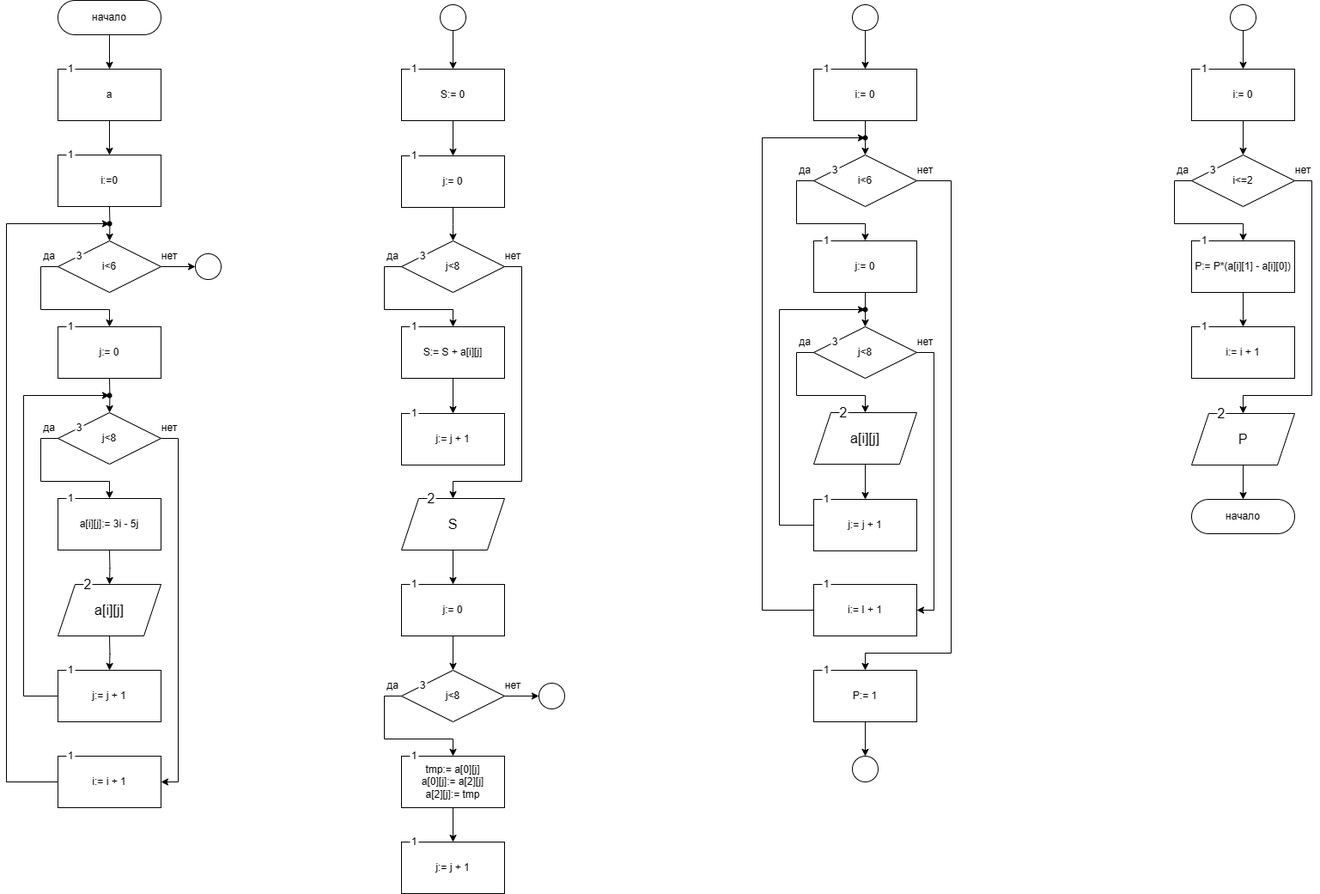
This is l2t2.png from H33MP/rsue, a draw.io export, as it was before one commit. Source tidied: cells renumbered, new cells last; positions are measured from the earlier drawing's top-left corner, leaving out a move shared by most shapes.
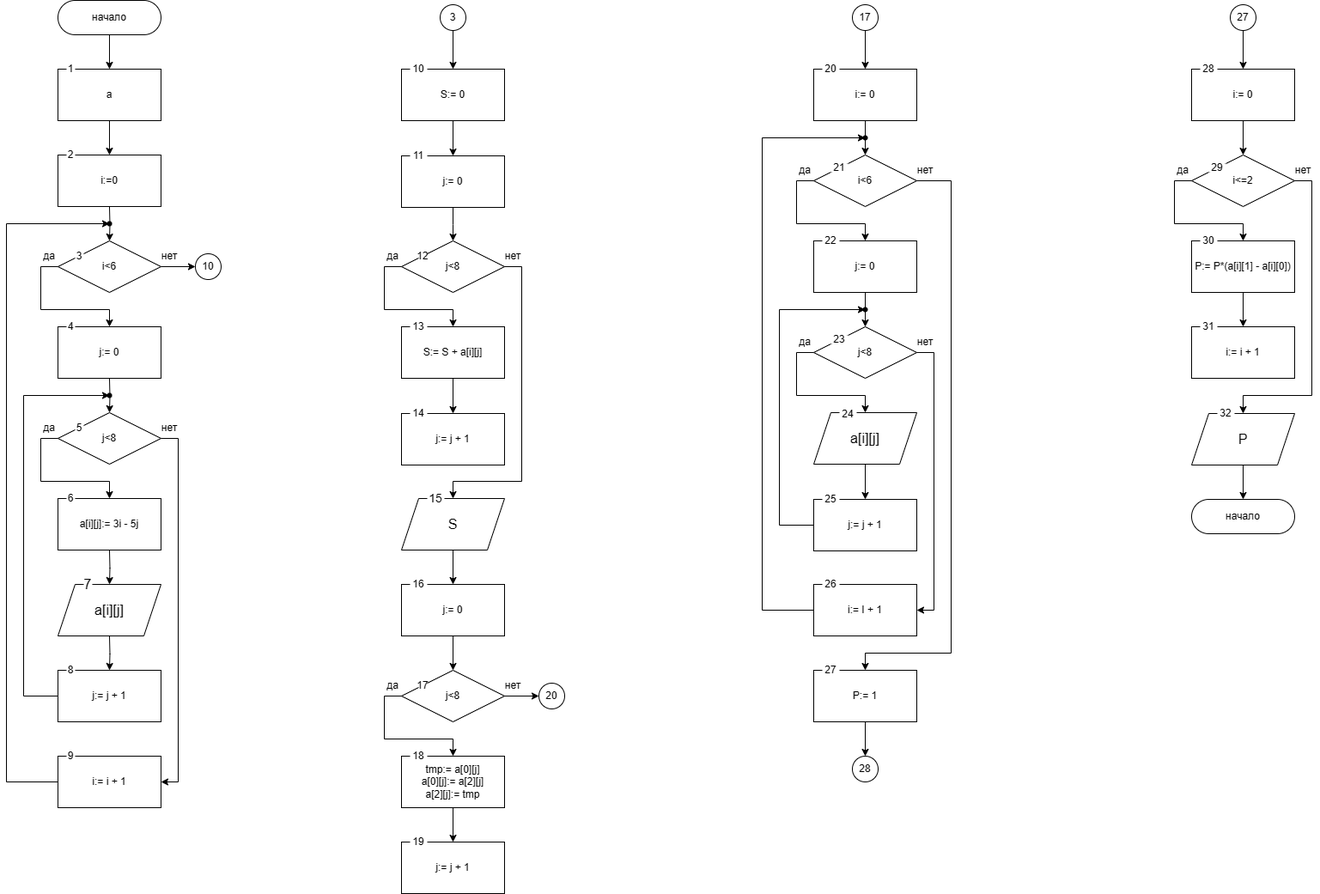
Later version of the same file.

Diff of the diagram source:
```diff
@@ -58,3 +58,3 @@
     </mxCell>
-    <mxCell id="16" value="3" style="text;html=1;strokeColor=none;fillColor=default;align=center;verticalAlign=middle;whiteSpace=wrap;rounded=0;" parent="12" vertex="1">
+    <mxCell id="16" value="5" style="text;html=1;strokeColor=none;fillColor=default;align=center;verticalAlign=middle;whiteSpace=wrap;rounded=0;" parent="12" vertex="1">
       <mxGeometry x="40" y="13" width="10" height="10" as="geometry" />
@@ -116,3 +116,3 @@
     </mxCell>
-    <mxCell id="25" style="ellipse;whiteSpace=wrap;html=1;" parent="1" vertex="1">
+    <mxCell id="25" value="10" style="ellipse;whiteSpace=wrap;html=1;" parent="1" vertex="1">
       <mxGeometry x="220" y="295" width="30" height="30" as="geometry" />
@@ -137,3 +137,3 @@
     </mxCell>
-    <mxCell id="32" value="1" style="text;html=1;strokeColor=none;fillColor=default;align=center;verticalAlign=middle;whiteSpace=wrap;rounded=0;" parent="30" vertex="1">
+    <mxCell id="32" value="2" style="text;html=1;strokeColor=none;fillColor=default;align=center;verticalAlign=middle;whiteSpace=wrap;rounded=0;" parent="30" vertex="1">
       <mxGeometry x="10" width="10" height="10" as="geometry" />
@@ -149,3 +149,3 @@
     </mxCell>
-    <mxCell id="36" value="1" style="text;html=1;strokeColor=none;fillColor=default;align=center;verticalAlign=middle;whiteSpace=wrap;rounded=0;" parent="34" vertex="1">
+    <mxCell id="36" value="4" style="text;html=1;strokeColor=none;fillColor=default;align=center;verticalAlign=middle;whiteSpace=wrap;rounded=0;" parent="34" vertex="1">
       <mxGeometry x="10" width="10" height="10" as="geometry" />
@@ -158,3 +158,3 @@
     </mxCell>
-    <mxCell id="39" value="1" style="text;html=1;strokeColor=none;fillColor=default;align=center;verticalAlign=middle;whiteSpace=wrap;rounded=0;" parent="37" vertex="1">
+    <mxCell id="39" value="6" style="text;html=1;strokeColor=none;fillColor=default;align=center;verticalAlign=middle;whiteSpace=wrap;rounded=0;" parent="37" vertex="1">
       <mxGeometry x="10" width="10" height="10" as="geometry" />
@@ -167,3 +167,3 @@
     </mxCell>
-    <mxCell id="42" value="2" style="text;html=1;strokeColor=none;fillColor=default;align=center;verticalAlign=middle;whiteSpace=wrap;rounded=0;fontSize=16;" parent="40" vertex="1">
+    <mxCell id="42" value="7" style="text;html=1;strokeColor=none;fillColor=default;align=center;verticalAlign=middle;whiteSpace=wrap;rounded=0;fontSize=16;" parent="40" vertex="1">
       <mxGeometry x="30" width="10" height="10" as="geometry" />
@@ -176,3 +176,3 @@
     </mxCell>
-    <mxCell id="45" value="1" style="text;html=1;strokeColor=none;fillColor=default;align=center;verticalAlign=middle;whiteSpace=wrap;rounded=0;" parent="43" vertex="1">
+    <mxCell id="45" value="8" style="text;html=1;strokeColor=none;fillColor=default;align=center;verticalAlign=middle;whiteSpace=wrap;rounded=0;" parent="43" vertex="1">
       <mxGeometry x="10" width="10" height="10" as="geometry" />
@@ -185,3 +185,3 @@
     </mxCell>
-    <mxCell id="48" value="1" style="text;html=1;strokeColor=none;fillColor=default;align=center;verticalAlign=middle;whiteSpace=wrap;rounded=0;" parent="46" vertex="1">
+    <mxCell id="48" value="9" style="text;html=1;strokeColor=none;fillColor=default;align=center;verticalAlign=middle;whiteSpace=wrap;rounded=0;" parent="46" vertex="1">
       <mxGeometry x="10" width="10" height="10" as="geometry" />
@@ -191,3 +191,3 @@
     </mxCell>
-    <mxCell id="50" style="ellipse;whiteSpace=wrap;html=1;" parent="1" vertex="1">
+    <mxCell id="50" value="3" style="ellipse;whiteSpace=wrap;html=1;" parent="1" vertex="1">
       <mxGeometry x="505" y="5" width="30" height="30" as="geometry" />
@@ -200,4 +200,4 @@
     </mxCell>
-    <mxCell id="53" value="1" style="text;html=1;strokeColor=none;fillColor=default;align=center;verticalAlign=middle;whiteSpace=wrap;rounded=0;" parent="51" vertex="1">
-      <mxGeometry x="10" width="10" height="10" as="geometry" />
+    <mxCell id="53" value="10" style="text;html=1;strokeColor=none;fillColor=default;align=center;verticalAlign=middle;whiteSpace=wrap;rounded=0;" parent="51" vertex="1">
+      <mxGeometry x="10" width="20" height="10" as="geometry" />
     </mxCell>
@@ -209,4 +209,4 @@
     </mxCell>
-    <mxCell id="56" value="1" style="text;html=1;strokeColor=none;fillColor=default;align=center;verticalAlign=middle;whiteSpace=wrap;rounded=0;" parent="54" vertex="1">
-      <mxGeometry x="10" width="10" height="10" as="geometry" />
+    <mxCell id="56" value="11" style="text;html=1;strokeColor=none;fillColor=default;align=center;verticalAlign=middle;whiteSpace=wrap;rounded=0;" parent="54" vertex="1">
+      <mxGeometry x="10" width="20" height="10" as="geometry" />
     </mxCell>
@@ -227,3 +227,3 @@
     </mxCell>
-    <mxCell id="62" value="3" style="text;html=1;strokeColor=none;fillColor=default;align=center;verticalAlign=middle;whiteSpace=wrap;rounded=0;" parent="58" vertex="1">
+    <mxCell id="62" value="12" style="text;html=1;strokeColor=none;fillColor=default;align=center;verticalAlign=middle;whiteSpace=wrap;rounded=0;" parent="58" vertex="1">
       <mxGeometry x="40" y="13" width="10" height="10" as="geometry" />
@@ -236,4 +236,4 @@
     </mxCell>
-    <mxCell id="65" value="1" style="text;html=1;strokeColor=none;fillColor=default;align=center;verticalAlign=middle;whiteSpace=wrap;rounded=0;" parent="63" vertex="1">
-      <mxGeometry x="10" width="10" height="10" as="geometry" />
+    <mxCell id="65" value="13" style="text;html=1;strokeColor=none;fillColor=default;align=center;verticalAlign=middle;whiteSpace=wrap;rounded=0;" parent="63" vertex="1">
+      <mxGeometry x="10" width="20" height="10" as="geometry" />
     </mxCell>
@@ -245,4 +245,4 @@
     </mxCell>
-    <mxCell id="68" value="1" style="text;html=1;strokeColor=none;fillColor=default;align=center;verticalAlign=middle;whiteSpace=wrap;rounded=0;" parent="66" vertex="1">
-      <mxGeometry x="10" width="10" height="10" as="geometry" />
+    <mxCell id="68" value="14" style="text;html=1;strokeColor=none;fillColor=default;align=center;verticalAlign=middle;whiteSpace=wrap;rounded=0;" parent="66" vertex="1">
+      <mxGeometry x="10" width="20" height="10" as="geometry" />
     </mxCell>
@@ -251,3 +251,3 @@
     </mxCell>
-    <mxCell id="70" style="group;fontSize=16;" parent="1" vertex="1">
+    <mxCell id="70" style="group;fontSize=13;" parent="1" vertex="1">
       <mxGeometry x="460" y="575" width="120" height="65" as="geometry" />
@@ -257,4 +257,4 @@
     </mxCell>
-    <mxCell id="72" value="2" style="text;html=1;strokeColor=none;fillColor=default;align=center;verticalAlign=middle;whiteSpace=wrap;rounded=0;fontSize=16;" parent="70" vertex="1">
-      <mxGeometry x="30" width="10" height="10" as="geometry" />
+    <mxCell id="72" value="15" style="text;html=1;strokeColor=none;fillColor=default;align=center;verticalAlign=middle;whiteSpace=wrap;rounded=0;fontSize=14;" parent="70" vertex="1">
+      <mxGeometry x="30" width="20" height="10" as="geometry" />
     </mxCell>
@@ -266,4 +266,4 @@
     </mxCell>
-    <mxCell id="75" value="1" style="text;html=1;strokeColor=none;fillColor=default;align=center;verticalAlign=middle;whiteSpace=wrap;rounded=0;" parent="73" vertex="1">
-      <mxGeometry x="10" width="10" height="10" as="geometry" />
+    <mxCell id="75" value="16" style="text;html=1;strokeColor=none;fillColor=default;align=center;verticalAlign=middle;whiteSpace=wrap;rounded=0;" parent="73" vertex="1">
+      <mxGeometry x="10" width="20" height="10" as="geometry" />
     </mxCell>
@@ -284,3 +284,3 @@
     </mxCell>
-    <mxCell id="81" value="3" style="text;html=1;strokeColor=none;fillColor=default;align=center;verticalAlign=middle;whiteSpace=wrap;rounded=0;" parent="77" vertex="1">
+    <mxCell id="81" value="17" style="text;html=1;strokeColor=none;fillColor=default;align=center;verticalAlign=middle;whiteSpace=wrap;rounded=0;" parent="77" vertex="1">
       <mxGeometry x="40" y="13" width="10" height="10" as="geometry" />
@@ -293,4 +293,4 @@
     </mxCell>
-    <mxCell id="84" value="1" style="text;html=1;strokeColor=none;fillColor=default;align=center;verticalAlign=middle;whiteSpace=wrap;rounded=0;" parent="82" vertex="1">
-      <mxGeometry x="10" width="10" height="10" as="geometry" />
+    <mxCell id="84" value="18" style="text;html=1;strokeColor=none;fillColor=default;align=center;verticalAlign=middle;whiteSpace=wrap;rounded=0;" parent="82" vertex="1">
+      <mxGeometry x="10" width="20" height="10" as="geometry" />
     </mxCell>
@@ -302,4 +302,4 @@
     </mxCell>
-    <mxCell id="87" value="1" style="text;html=1;strokeColor=none;fillColor=default;align=center;verticalAlign=middle;whiteSpace=wrap;rounded=0;" parent="85" vertex="1">
-      <mxGeometry x="10" width="10" height="10" as="geometry" />
+    <mxCell id="87" value="19" style="text;html=1;strokeColor=none;fillColor=default;align=center;verticalAlign=middle;whiteSpace=wrap;rounded=0;" parent="85" vertex="1">
+      <mxGeometry x="10" width="20" height="10" as="geometry" />
     </mxCell>
@@ -341,3 +341,3 @@
     </mxCell>
-    <mxCell id="94" style="ellipse;whiteSpace=wrap;html=1;" parent="1" vertex="1">
+    <mxCell id="94" value="20" style="ellipse;whiteSpace=wrap;html=1;" parent="1" vertex="1">
       <mxGeometry x="620" y="795" width="30" height="30" as="geometry" />
@@ -350,3 +350,3 @@
     </mxCell>
-    <mxCell id="97" style="ellipse;whiteSpace=wrap;html=1;" parent="1" vertex="1">
+    <mxCell id="97" value="17" style="ellipse;whiteSpace=wrap;html=1;" parent="1" vertex="1">
       <mxGeometry x="985" y="5" width="30" height="30" as="geometry" />
@@ -359,4 +359,4 @@
     </mxCell>
-    <mxCell id="100" value="1" style="text;html=1;strokeColor=none;fillColor=default;align=center;verticalAlign=middle;whiteSpace=wrap;rounded=0;" parent="98" vertex="1">
-      <mxGeometry x="10" width="10" height="10" as="geometry" />
+    <mxCell id="100" value="20" style="text;html=1;strokeColor=none;fillColor=default;align=center;verticalAlign=middle;whiteSpace=wrap;rounded=0;" parent="98" vertex="1">
+      <mxGeometry x="10" width="20" height="10" as="geometry" />
     </mxCell>
@@ -374,4 +374,4 @@
     </mxCell>
-    <mxCell id="105" value="3" style="text;html=1;strokeColor=none;fillColor=default;align=center;verticalAlign=middle;whiteSpace=wrap;rounded=0;" parent="101" vertex="1">
-      <mxGeometry x="40" y="13" width="10" height="10" as="geometry" />
+    <mxCell id="105" value="21" style="text;html=1;strokeColor=none;fillColor=default;align=center;verticalAlign=middle;whiteSpace=wrap;rounded=0;" parent="101" vertex="1">
+      <mxGeometry x="40" y="10" width="20" height="10" as="geometry" />
     </mxCell>
@@ -386,4 +386,4 @@
     </mxCell>
-    <mxCell id="109" value="1" style="text;html=1;strokeColor=none;fillColor=default;align=center;verticalAlign=middle;whiteSpace=wrap;rounded=0;" parent="107" vertex="1">
-      <mxGeometry x="10" width="10" height="10" as="geometry" />
+    <mxCell id="109" value="22" style="text;html=1;strokeColor=none;fillColor=default;align=center;verticalAlign=middle;whiteSpace=wrap;rounded=0;" parent="107" vertex="1">
+      <mxGeometry x="10" width="20" height="10" as="geometry" />
     </mxCell>
@@ -401,4 +401,4 @@
     </mxCell>
-    <mxCell id="114" value="3" style="text;html=1;strokeColor=none;fillColor=default;align=center;verticalAlign=middle;whiteSpace=wrap;rounded=0;" parent="110" vertex="1">
-      <mxGeometry x="40" y="13" width="10" height="10" as="geometry" />
+    <mxCell id="114" value="23" style="text;html=1;strokeColor=none;fillColor=default;align=center;verticalAlign=middle;whiteSpace=wrap;rounded=0;" parent="110" vertex="1">
+      <mxGeometry x="40" y="10" width="20" height="10" as="geometry" />
     </mxCell>
@@ -410,4 +410,4 @@
     </mxCell>
-    <mxCell id="117" value="2" style="text;html=1;strokeColor=none;fillColor=default;align=center;verticalAlign=middle;whiteSpace=wrap;rounded=0;fontSize=16;" parent="115" vertex="1">
-      <mxGeometry x="30" width="10" height="10" as="geometry" />
+    <mxCell id="117" value="&lt;font style=&quot;font-size: 12px;&quot;&gt;24&lt;/font&gt;" style="text;html=1;strokeColor=none;fillColor=default;align=center;verticalAlign=middle;whiteSpace=wrap;rounded=0;fontSize=16;" parent="115" vertex="1">
+      <mxGeometry x="30" width="20" height="10" as="geometry" />
     </mxCell>
@@ -419,4 +419,4 @@
     </mxCell>
-    <mxCell id="120" value="1" style="text;html=1;strokeColor=none;fillColor=default;align=center;verticalAlign=middle;whiteSpace=wrap;rounded=0;" parent="118" vertex="1">
-      <mxGeometry x="10" width="10" height="10" as="geometry" />
+    <mxCell id="120" value="25" style="text;html=1;strokeColor=none;fillColor=default;align=center;verticalAlign=middle;whiteSpace=wrap;rounded=0;" parent="118" vertex="1">
+      <mxGeometry x="10" width="20" height="10" as="geometry" />
     </mxCell>
@@ -431,4 +431,4 @@
     </mxCell>
-    <mxCell id="124" value="1" style="text;html=1;strokeColor=none;fillColor=default;align=center;verticalAlign=middle;whiteSpace=wrap;rounded=0;" parent="122" vertex="1">
-      <mxGeometry x="10" width="10" height="10" as="geometry" />
+    <mxCell id="124" value="26" style="text;html=1;strokeColor=none;fillColor=default;align=center;verticalAlign=middle;whiteSpace=wrap;rounded=0;" parent="122" vertex="1">
+      <mxGeometry x="10" width="20" height="10" as="geometry" />
     </mxCell>
@@ -440,6 +440,6 @@
     </mxCell>
-    <mxCell id="127" value="1" style="text;html=1;strokeColor=none;fillColor=default;align=center;verticalAlign=middle;whiteSpace=wrap;rounded=0;" parent="125" vertex="1">
-      <mxGeometry x="10" width="10" height="10" as="geometry" />
+    <mxCell id="127" value="27" style="text;html=1;strokeColor=none;fillColor=default;align=center;verticalAlign=middle;whiteSpace=wrap;rounded=0;" parent="125" vertex="1">
+      <mxGeometry x="10" width="20" height="10" as="geometry" />
     </mxCell>
-    <mxCell id="128" style="ellipse;whiteSpace=wrap;html=1;" parent="1" vertex="1">
+    <mxCell id="128" value="28" style="ellipse;whiteSpace=wrap;html=1;" parent="1" vertex="1">
       <mxGeometry x="985" y="880" width="30" height="30" as="geometry" />
@@ -512,3 +512,3 @@
     </mxCell>
-    <mxCell id="140" style="ellipse;whiteSpace=wrap;html=1;" parent="1" vertex="1">
+    <mxCell id="140" value="27" style="ellipse;whiteSpace=wrap;html=1;" parent="1" vertex="1">
       <mxGeometry x="1425" y="5" width="30" height="30" as="geometry" />
@@ -521,4 +521,4 @@
     </mxCell>
-    <mxCell id="143" value="1" style="text;html=1;strokeColor=none;fillColor=default;align=center;verticalAlign=middle;whiteSpace=wrap;rounded=0;" parent="141" vertex="1">
-      <mxGeometry x="10" width="10" height="10" as="geometry" />
+    <mxCell id="143" value="28" style="text;html=1;strokeColor=none;fillColor=default;align=center;verticalAlign=middle;whiteSpace=wrap;rounded=0;" parent="141" vertex="1">
+      <mxGeometry x="10" width="20" height="10" as="geometry" />
     </mxCell>
@@ -536,4 +536,4 @@
     </mxCell>
-    <mxCell id="148" value="3" style="text;html=1;strokeColor=none;fillColor=default;align=center;verticalAlign=middle;whiteSpace=wrap;rounded=0;" parent="144" vertex="1">
-      <mxGeometry x="40" y="13" width="10" height="10" as="geometry" />
+    <mxCell id="148" value="29" style="text;html=1;strokeColor=none;fillColor=default;align=center;verticalAlign=middle;whiteSpace=wrap;rounded=0;" parent="144" vertex="1">
+      <mxGeometry x="40" y="10" width="20" height="10" as="geometry" />
     </mxCell>
@@ -548,4 +548,4 @@
     </mxCell>
-    <mxCell id="152" value="1" style="text;html=1;strokeColor=none;fillColor=default;align=center;verticalAlign=middle;whiteSpace=wrap;rounded=0;" parent="150" vertex="1">
-      <mxGeometry x="10" width="10" height="10" as="geometry" />
+    <mxCell id="152" value="30" style="text;html=1;strokeColor=none;fillColor=default;align=center;verticalAlign=middle;whiteSpace=wrap;rounded=0;" parent="150" vertex="1">
+      <mxGeometry x="10" width="20" height="10" as="geometry" />
     </mxCell>
@@ -566,4 +566,4 @@
     </mxCell>
-    <mxCell id="156" value="1" style="text;html=1;strokeColor=none;fillColor=default;align=center;verticalAlign=middle;whiteSpace=wrap;rounded=0;" parent="154" vertex="1">
-      <mxGeometry x="10" width="10" height="10" as="geometry" />
+    <mxCell id="156" value="31" style="text;html=1;strokeColor=none;fillColor=default;align=center;verticalAlign=middle;whiteSpace=wrap;rounded=0;" parent="154" vertex="1">
+      <mxGeometry x="10" width="20" height="10" as="geometry" />
     </mxCell>
@@ -578,4 +578,4 @@
     </mxCell>
-    <mxCell id="160" value="2" style="text;html=1;strokeColor=none;fillColor=default;align=center;verticalAlign=middle;whiteSpace=wrap;rounded=0;fontSize=16;" parent="158" vertex="1">
-      <mxGeometry x="30" width="10" height="10" as="geometry" />
+    <mxCell id="160" value="32" style="text;html=1;strokeColor=none;fillColor=default;align=center;verticalAlign=middle;whiteSpace=wrap;rounded=0;fontSize=12;" parent="158" vertex="1">
+      <mxGeometry x="30" width="20" height="10" as="geometry" />
     </mxCell>
```
